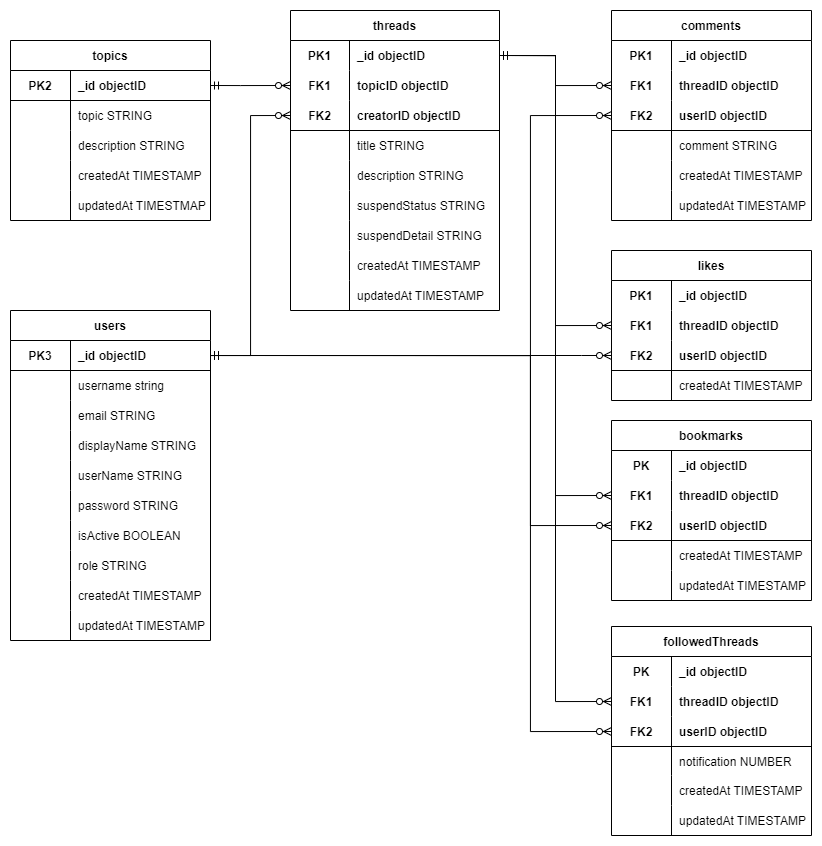
This is document/ERD.png from ChaRum-Capstone-Project-Batch-3/Backend, a draw.io export, as it was before one commit. Source tidied: cells renumbered, new cells last; positions are measured from the earlier drawing's top-left corner, leaving out a move shared by most shapes.
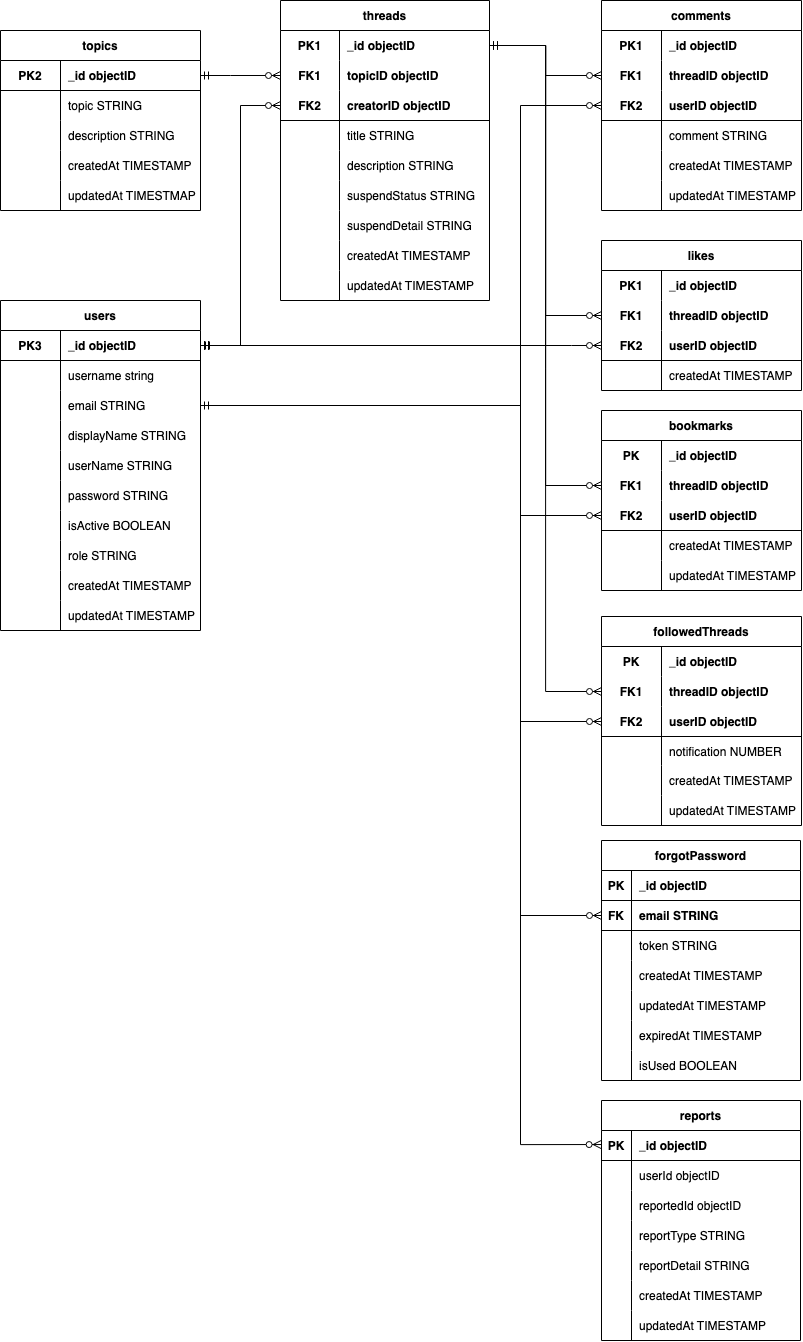
The same file after the commit.

Commit message:
docs: add reports table on ERD

The edit, as a diff of the source:
```diff
@@ -483,5 +483,155 @@
         </Array>
       </mxGeometry>
     </mxCell>
+    <mxCell id="154" value="forgotPassword" style="shape=table;startSize=30;rowLines=0;fontStyle=1;align=center;" parent="1" vertex="1">
+      <mxGeometry x="601" y="840" width="199" height="240" as="geometry" />
+    </mxCell>
+    <mxCell id="155" style="shape=tableRow;horizontal=0;startSize=0;swimlaneHead=0;swimlaneBody=0;fillColor=none;top=0;left=0;right=0;bottom=1;" parent="154" vertex="1">
+      <mxGeometry y="30" width="199" height="30" as="geometry" />
+    </mxCell>
+    <mxCell id="156" value="PK" style="shape=partialRectangle;fillColor=none;top=0;left=0;bottom=0;right=0;fontStyle=1;overflow=hidden;" parent="155" vertex="1">
+      <mxGeometry width="30" height="30" as="geometry" />
+    </mxCell>
+    <mxCell id="157" value="_id objectID" style="shape=partialRectangle;fillColor=none;top=0;left=0;bottom=0;right=0;align=left;spacingLeft=6;fontStyle=1;overflow=hidden;" parent="155" vertex="1">
+      <mxGeometry x="30" width="169" height="30" as="geometry" />
+    </mxCell>
+    <mxCell id="158" style="shape=tableRow;horizontal=0;startSize=0;swimlaneHead=0;swimlaneBody=0;fillColor=none;top=0;left=0;right=0;bottom=1;" parent="154" vertex="1">
+      <mxGeometry y="60" width="199" height="30" as="geometry" />
+    </mxCell>
+    <mxCell id="159" value="FK" style="shape=partialRectangle;fillColor=none;top=0;left=0;bottom=0;right=0;fontStyle=1;overflow=hidden;" parent="158" vertex="1">
+      <mxGeometry width="30" height="30" as="geometry" />
+    </mxCell>
+    <mxCell id="160" value="email STRING" style="shape=partialRectangle;fillColor=none;top=0;left=0;bottom=0;right=0;align=left;spacingLeft=6;fontStyle=1;overflow=hidden;" parent="158" vertex="1">
+      <mxGeometry x="30" width="169" height="30" as="geometry" />
+    </mxCell>
+    <mxCell id="161" style="shape=tableRow;horizontal=0;startSize=0;swimlaneHead=0;swimlaneBody=0;fillColor=none;top=0;left=0;right=0;bottom=0;" parent="154" vertex="1">
+      <mxGeometry y="90" width="199" height="30" as="geometry" />
+    </mxCell>
+    <mxCell id="162" style="shape=partialRectangle;fillColor=none;top=0;left=0;bottom=0;right=0;overflow=hidden;" parent="161" vertex="1">
+      <mxGeometry width="30" height="30" as="geometry" />
+    </mxCell>
+    <mxCell id="163" value="token STRING" style="shape=partialRectangle;fillColor=none;top=0;left=0;bottom=0;right=0;align=left;spacingLeft=6;overflow=hidden;" parent="161" vertex="1">
+      <mxGeometry x="30" width="169" height="30" as="geometry" />
+    </mxCell>
+    <mxCell id="164" style="shape=tableRow;horizontal=0;startSize=0;swimlaneHead=0;swimlaneBody=0;fillColor=none;top=0;left=0;right=0;bottom=0;" parent="154" vertex="1">
+      <mxGeometry y="120" width="199" height="30" as="geometry" />
+    </mxCell>
+    <mxCell id="165" style="shape=partialRectangle;fillColor=none;top=0;left=0;bottom=0;right=0;overflow=hidden;" parent="164" vertex="1">
+      <mxGeometry width="30" height="30" as="geometry" />
+    </mxCell>
+    <mxCell id="166" value="createdAt TIMESTAMP" style="shape=partialRectangle;fillColor=none;top=0;left=0;bottom=0;right=0;align=left;spacingLeft=6;overflow=hidden;" parent="164" vertex="1">
+      <mxGeometry x="30" width="169" height="30" as="geometry" />
+    </mxCell>
+    <mxCell id="167" style="shape=tableRow;horizontal=0;startSize=0;swimlaneHead=0;swimlaneBody=0;fillColor=none;top=0;left=0;right=0;bottom=0;" parent="154" vertex="1">
+      <mxGeometry y="150" width="199" height="30" as="geometry" />
+    </mxCell>
+    <mxCell id="168" style="shape=partialRectangle;fillColor=none;top=0;left=0;bottom=0;right=0;overflow=hidden;" parent="167" vertex="1">
+      <mxGeometry width="30" height="30" as="geometry" />
+    </mxCell>
+    <mxCell id="169" value="updatedAt TIMESTAMP" style="shape=partialRectangle;fillColor=none;top=0;left=0;bottom=0;right=0;align=left;spacingLeft=6;overflow=hidden;" parent="167" vertex="1">
+      <mxGeometry x="30" width="169" height="30" as="geometry" />
+    </mxCell>
+    <mxCell id="170" style="shape=tableRow;horizontal=0;startSize=0;swimlaneHead=0;swimlaneBody=0;fillColor=none;top=0;left=0;right=0;bottom=0;" parent="154" vertex="1">
+      <mxGeometry y="180" width="199" height="30" as="geometry" />
+    </mxCell>
+    <mxCell id="171" style="shape=partialRectangle;fillColor=none;top=0;left=0;bottom=0;right=0;overflow=hidden;" parent="170" vertex="1">
+      <mxGeometry width="30" height="30" as="geometry" />
+    </mxCell>
+    <mxCell id="172" value="expiredAt TIMESTAMP" style="shape=partialRectangle;fillColor=none;top=0;left=0;bottom=0;right=0;align=left;spacingLeft=6;overflow=hidden;" parent="170" vertex="1">
+      <mxGeometry x="30" width="169" height="30" as="geometry" />
+    </mxCell>
+    <mxCell id="173" style="shape=tableRow;horizontal=0;startSize=0;swimlaneHead=0;swimlaneBody=0;fillColor=none;top=0;left=0;right=0;bottom=0;" parent="154" vertex="1">
+      <mxGeometry y="210" width="199" height="30" as="geometry" />
+    </mxCell>
+    <mxCell id="174" style="shape=partialRectangle;fillColor=none;top=0;left=0;bottom=0;right=0;overflow=hidden;" parent="173" vertex="1">
+      <mxGeometry width="30" height="30" as="geometry" />
+    </mxCell>
+    <mxCell id="175" value="isUsed BOOLEAN" style="shape=partialRectangle;fillColor=none;top=0;left=0;bottom=0;right=0;align=left;spacingLeft=6;overflow=hidden;" parent="173" vertex="1">
+      <mxGeometry x="30" width="169" height="30" as="geometry" />
+    </mxCell>
+    <mxCell id="176" value="reports" style="shape=table;startSize=30;rowLines=0;fontStyle=1;align=center;" parent="1" vertex="1">
+      <mxGeometry x="601" y="1100" width="199" height="240" as="geometry" />
+    </mxCell>
+    <mxCell id="177" style="shape=tableRow;horizontal=0;startSize=0;swimlaneHead=0;swimlaneBody=0;fillColor=none;points=[[0,0.5],[1,0.5]];portConstraint=eastwest;top=0;left=0;right=0;bottom=1;" parent="176" vertex="1">
+      <mxGeometry y="30" width="199" height="30" as="geometry" />
+    </mxCell>
+    <mxCell id="178" value="PK" style="shape=partialRectangle;fillColor=none;top=0;left=0;bottom=0;right=0;fontStyle=1;overflow=hidden;" parent="177" vertex="1">
+      <mxGeometry width="30" height="30" as="geometry" />
+    </mxCell>
+    <mxCell id="179" value="_id objectID" style="shape=partialRectangle;fillColor=none;top=0;left=0;bottom=0;right=0;align=left;spacingLeft=6;fontStyle=1;overflow=hidden;" parent="177" vertex="1">
+      <mxGeometry x="30" width="169" height="30" as="geometry" />
+    </mxCell>
+    <mxCell id="180" style="shape=tableRow;horizontal=0;startSize=0;swimlaneHead=0;swimlaneBody=0;fillColor=none;top=0;left=0;right=0;bottom=0;" parent="176" vertex="1">
+      <mxGeometry y="60" width="199" height="30" as="geometry" />
+    </mxCell>
+    <mxCell id="181" style="shape=partialRectangle;fillColor=none;top=0;left=0;bottom=0;right=0;overflow=hidden;" parent="180" vertex="1">
+      <mxGeometry width="30" height="30" as="geometry" />
+    </mxCell>
+    <mxCell id="182" value="userId objectID" style="shape=partialRectangle;fillColor=none;top=0;left=0;bottom=0;right=0;align=left;spacingLeft=6;overflow=hidden;" parent="180" vertex="1">
+      <mxGeometry x="30" width="169" height="30" as="geometry" />
+    </mxCell>
+    <mxCell id="183" style="shape=tableRow;horizontal=0;startSize=0;swimlaneHead=0;swimlaneBody=0;fillColor=none;top=0;left=0;right=0;bottom=0;" parent="176" vertex="1">
+      <mxGeometry y="90" width="199" height="30" as="geometry" />
+    </mxCell>
+    <mxCell id="184" style="shape=partialRectangle;fillColor=none;top=0;left=0;bottom=0;right=0;overflow=hidden;" parent="183" vertex="1">
+      <mxGeometry width="30" height="30" as="geometry" />
+    </mxCell>
+    <mxCell id="185" value="reportedId objectID" style="shape=partialRectangle;fillColor=none;top=0;left=0;bottom=0;right=0;align=left;spacingLeft=6;overflow=hidden;" parent="183" vertex="1">
+      <mxGeometry x="30" width="169" height="30" as="geometry" />
+    </mxCell>
+    <mxCell id="186" style="shape=tableRow;horizontal=0;startSize=0;swimlaneHead=0;swimlaneBody=0;fillColor=none;top=0;left=0;right=0;bottom=0;" parent="176" vertex="1">
+      <mxGeometry y="120" width="199" height="30" as="geometry" />
+    </mxCell>
+    <mxCell id="187" style="shape=partialRectangle;fillColor=none;top=0;left=0;bottom=0;right=0;overflow=hidden;" parent="186" vertex="1">
+      <mxGeometry width="30" height="30" as="geometry" />
+    </mxCell>
+    <mxCell id="188" value="reportType STRING" style="shape=partialRectangle;fillColor=none;top=0;left=0;bottom=0;right=0;align=left;spacingLeft=6;overflow=hidden;" parent="186" vertex="1">
+      <mxGeometry x="30" width="169" height="30" as="geometry" />
+    </mxCell>
+    <mxCell id="189" style="shape=tableRow;horizontal=0;startSize=0;swimlaneHead=0;swimlaneBody=0;fillColor=none;top=0;left=0;right=0;bottom=0;" parent="176" vertex="1">
+      <mxGeometry y="150" width="199" height="30" as="geometry" />
+    </mxCell>
+    <mxCell id="190" style="shape=partialRectangle;fillColor=none;top=0;left=0;bottom=0;right=0;overflow=hidden;" parent="189" vertex="1">
+      <mxGeometry width="30" height="30" as="geometry" />
+    </mxCell>
+    <mxCell id="191" value="reportDetail STRING    " style="shape=partialRectangle;fillColor=none;top=0;left=0;bottom=0;right=0;align=left;spacingLeft=6;overflow=hidden;" parent="189" vertex="1">
+      <mxGeometry x="30" width="169" height="30" as="geometry" />
+    </mxCell>
+    <mxCell id="192" style="shape=tableRow;horizontal=0;startSize=0;swimlaneHead=0;swimlaneBody=0;fillColor=none;top=0;left=0;right=0;bottom=0;" parent="176" vertex="1">
+      <mxGeometry y="180" width="199" height="30" as="geometry" />
+    </mxCell>
+    <mxCell id="193" style="shape=partialRectangle;fillColor=none;top=0;left=0;bottom=0;right=0;overflow=hidden;" parent="192" vertex="1">
+      <mxGeometry width="30" height="30" as="geometry" />
+    </mxCell>
+    <mxCell id="194" value="createdAt TIMESTAMP  " style="shape=partialRectangle;fillColor=none;top=0;left=0;bottom=0;right=0;align=left;spacingLeft=6;overflow=hidden;" parent="192" vertex="1">
+      <mxGeometry x="30" width="169" height="30" as="geometry" />
+    </mxCell>
+    <mxCell id="195" style="shape=tableRow;horizontal=0;startSize=0;swimlaneHead=0;swimlaneBody=0;fillColor=none;top=0;left=0;right=0;bottom=0;" parent="176" vertex="1">
+      <mxGeometry y="210" width="199" height="30" as="geometry" />
+    </mxCell>
+    <mxCell id="196" style="shape=partialRectangle;fillColor=none;top=0;left=0;bottom=0;right=0;overflow=hidden;" parent="195" vertex="1">
+      <mxGeometry width="30" height="30" as="geometry" />
+    </mxCell>
+    <mxCell id="197" value="updatedAt TIMESTAMP" style="shape=partialRectangle;fillColor=none;top=0;left=0;bottom=0;right=0;align=left;spacingLeft=6;overflow=hidden;" parent="195" vertex="1">
+      <mxGeometry x="30" width="169" height="30" as="geometry" />
+    </mxCell>
+    <mxCell id="198" style="fontSize=12;html=1;endArrow=ERzeroToMany;startArrow=ERmandOne;rounded=0;exitX=1;exitY=0.5;exitDx=0;exitDy=0;edgeStyle=orthogonalEdgeStyle;" parent="1" edge="1" source="9">
+      <mxGeometry relative="1" as="geometry">
+        <mxPoint x="601" y="915" as="targetPoint" />
+        <Array as="points">
+          <mxPoint x="520" y="405" />
+          <mxPoint x="520" y="915" />
+        </Array>
+      </mxGeometry>
+    </mxCell>
+    <mxCell id="199" style="fontSize=12;html=1;endArrow=ERzeroToMany;startArrow=ERmandOne;rounded=0;edgeStyle=orthogonalEdgeStyle;entryX=-0.002;entryY=0.468;entryDx=0;entryDy=0;entryPerimeter=0;" parent="1" edge="1" target="177">
+      <mxGeometry relative="1" as="geometry">
+        <mxPoint x="201" y="345" as="sourcePoint" />
+        <Array as="points">
+          <mxPoint x="520" y="345" />
+          <mxPoint x="520" y="1144" />
+        </Array>
+      </mxGeometry>
+    </mxCell>
   </root>
 </mxGraphModel>
```
